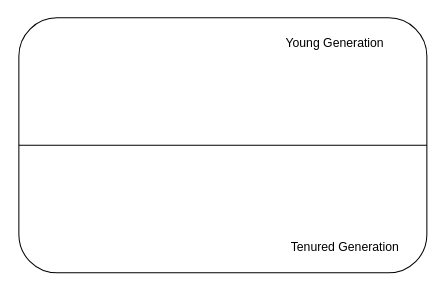
poetlife/diagrams keeps this draw.io diagram as 垃圾收集器.drawio. Above is the earlier version. Source tidied: cells renumbered, new cells numbered last; positions are measured from the earlier drawing's top-left corner, leaving out a move shared by most shapes. Both pictures are drawn from the tidied source at 102%, with x=0, y=0 at pixel (18, 17).
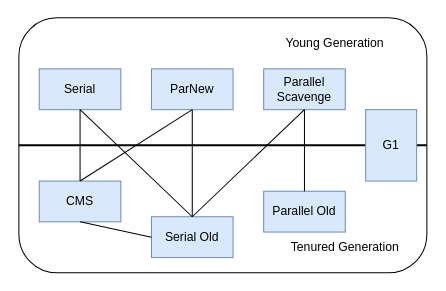
Above is the later version.

Commit message (it also covers changes not shown here):
更新垃圾收集器.drawio

Change to the diagram source:
```diff
@@
 <mxGraphModel>
   <root>
     <mxCell id="0" />
     <mxCell id="1" parent="0" />
     <mxCell id="2" style="rounded=1;whiteSpace=wrap;html=1;" parent="1" vertex="1">
       <mxGeometry width="400" height="250" as="geometry" />
     </mxCell>
-    <mxCell id="3" style="endArrow=none;html=1;rounded=0;exitX=0;exitY=0.5;exitDx=0;exitDy=0;entryX=1;entryY=0.5;entryDx=0;entryDy=0;" parent="1" edge="1" source="2" target="2">
+    <mxCell id="3" style="endArrow=none;html=1;rounded=0;exitX=0;exitY=0.5;exitDx=0;exitDy=0;entryX=1;entryY=0.5;entryDx=0;entryDy=0;strokeWidth=2;" parent="1" edge="1" source="2" target="2">
       <mxGeometry relative="1" as="geometry" />
     </mxCell>
     <mxCell id="4" value="Young Generation" style="text;html=1;strokeColor=none;fillColor=none;align=center;verticalAlign=middle;whiteSpace=wrap;rounded=0;" parent="1" vertex="1">
       <mxGeometry x="250" y="10" width="120" height="30" as="geometry" />
     </mxCell>
     <mxCell id="5" value="Tenured Generation" style="text;html=1;strokeColor=none;fillColor=none;align=center;verticalAlign=middle;whiteSpace=wrap;rounded=0;" parent="1" vertex="1">
       <mxGeometry x="260" y="210" width="120" height="30" as="geometry" />
     </mxCell>
+    <mxCell id="6" value="CMS" style="rounded=0;whiteSpace=wrap;html=1;fillColor=#dae8fc;strokeColor=#6c8ebf;" parent="1" vertex="1">
+      <mxGeometry x="20" y="160" width="80" height="40" as="geometry" />
+    </mxCell>
+    <mxCell id="7" value="Serial" style="rounded=0;whiteSpace=wrap;html=1;fillColor=#dae8fc;strokeColor=#6c8ebf;" parent="1" vertex="1">
+      <mxGeometry x="20" y="50" width="80" height="40" as="geometry" />
+    </mxCell>
+    <mxCell id="8" style="endArrow=none;html=1;rounded=0;exitX=0.5;exitY=0;exitDx=0;exitDy=0;entryX=0.5;entryY=1;entryDx=0;entryDy=0;" parent="1" edge="1" source="6" target="7">
+      <mxGeometry relative="1" as="geometry" />
+    </mxCell>
+    <mxCell id="9" value="Serial Old" style="rounded=0;whiteSpace=wrap;html=1;fillColor=#dae8fc;strokeColor=#6c8ebf;" parent="1" vertex="1">
+      <mxGeometry x="130" y="195" width="80" height="40" as="geometry" />
+    </mxCell>
+    <mxCell id="10" value="Parallel Old" style="rounded=0;whiteSpace=wrap;html=1;fillColor=#dae8fc;strokeColor=#6c8ebf;" parent="1" vertex="1">
+      <mxGeometry x="240" y="170" width="80" height="40" as="geometry" />
+    </mxCell>
+    <mxCell id="11" style="endArrow=none;html=1;rounded=0;exitX=0;exitY=0.5;exitDx=0;exitDy=0;entryX=0.5;entryY=1;entryDx=0;entryDy=0;" parent="1" edge="1" source="9" target="6">
+      <mxGeometry relative="1" as="geometry" />
+    </mxCell>
+    <mxCell id="12" value="ParNew" style="rounded=0;whiteSpace=wrap;html=1;fillColor=#dae8fc;strokeColor=#6c8ebf;" parent="1" vertex="1">
+      <mxGeometry x="130" y="50" width="80" height="40" as="geometry" />
+    </mxCell>
+    <mxCell id="13" value="Parallel Scavenge" style="rounded=0;whiteSpace=wrap;html=1;fillColor=#dae8fc;strokeColor=#6c8ebf;" parent="1" vertex="1">
+      <mxGeometry x="240" y="50" width="80" height="40" as="geometry" />
+    </mxCell>
+    <mxCell id="14" value="G1" style="rounded=0;whiteSpace=wrap;html=1;fillColor=#dae8fc;strokeColor=#6c8ebf;" parent="1" vertex="1">
+      <mxGeometry x="340" y="90" width="50" height="70" as="geometry" />
+    </mxCell>
+    <mxCell id="15" style="endArrow=none;html=1;rounded=0;exitX=0.5;exitY=0;exitDx=0;exitDy=0;entryX=0.5;entryY=1;entryDx=0;entryDy=0;" parent="1" edge="1" source="9" target="7">
+      <mxGeometry relative="1" as="geometry" />
+    </mxCell>
+    <mxCell id="16" style="endArrow=none;html=1;rounded=0;exitX=0.5;exitY=0;exitDx=0;exitDy=0;entryX=0.5;entryY=1;entryDx=0;entryDy=0;" parent="1" edge="1" source="9" target="12">
+      <mxGeometry relative="1" as="geometry" />
+    </mxCell>
+    <mxCell id="17" style="endArrow=none;html=1;rounded=0;exitX=0.5;exitY=1;exitDx=0;exitDy=0;entryX=0.5;entryY=0;entryDx=0;entryDy=0;" parent="1" edge="1" source="12" target="6">
+      <mxGeometry relative="1" as="geometry" />
+    </mxCell>
+    <mxCell id="18" style="endArrow=none;html=1;rounded=0;exitX=0.5;exitY=0;exitDx=0;exitDy=0;entryX=0.5;entryY=1;entryDx=0;entryDy=0;" parent="1" edge="1" source="9" target="13">
+      <mxGeometry relative="1" as="geometry" />
+    </mxCell>
+    <mxCell id="19" style="endArrow=none;html=1;rounded=0;exitX=0.5;exitY=0;exitDx=0;exitDy=0;entryX=0.5;entryY=1;entryDx=0;entryDy=0;" parent="1" edge="1" source="10" target="13">
+      <mxGeometry relative="1" as="geometry" />
+    </mxCell>
   </root>
 </mxGraphModel>
```
